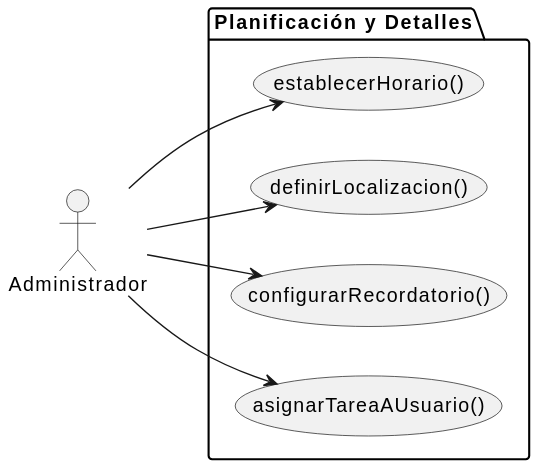
Earlier version of the PlantUML export documents/actoresYCasosDeUso/diagramas/diagramaPlanificaciónYDetalles/diagramaPlanificacionYDetalles.svg (inigovaqueroo04/25-26-IdSw1-SdR).
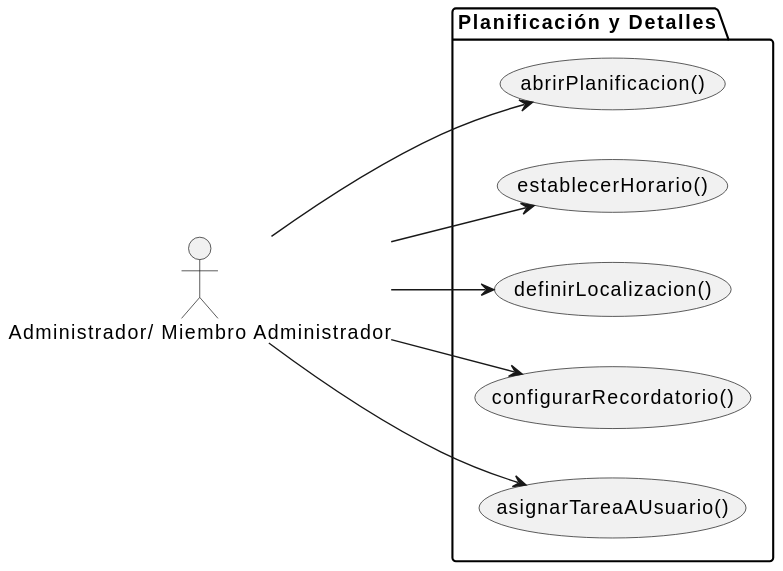
After the commit.

Commit message:
Añadido Miembro administrador a planificación

Change to the diagram source:
```diff
@@ -1,18 +1,18 @@
 @startuml
 left to right direction
-actor "Administrador" as Admin
-
+actor "Administrador/ Miembro Administrador" as Admin
 
 package "Planificación y Detalles" {
-    usecase "establecerHorario()" as UC_D1
-    usecase "definirLocalizacion()" as UC_D2
-    usecase "configurarRecordatorio()" as UC_D3
-    usecase "asignarTareaAUsuario()" as UC_D4
-
+    usecase "abrirPlanificacion()" as UC_D1
+    usecase "establecerHorario()" as UC_D2
+    usecase "definirLocalizacion()" as UC_D3
+    usecase "configurarRecordatorio()" as UC_D4
+    usecase "asignarTareaAUsuario()" as UC_D5
 }
 
 Admin --> UC_D1
 Admin --> UC_D2
 Admin --> UC_D3
 Admin --> UC_D4
+Admin --> UC_D5
 @enduml
```
